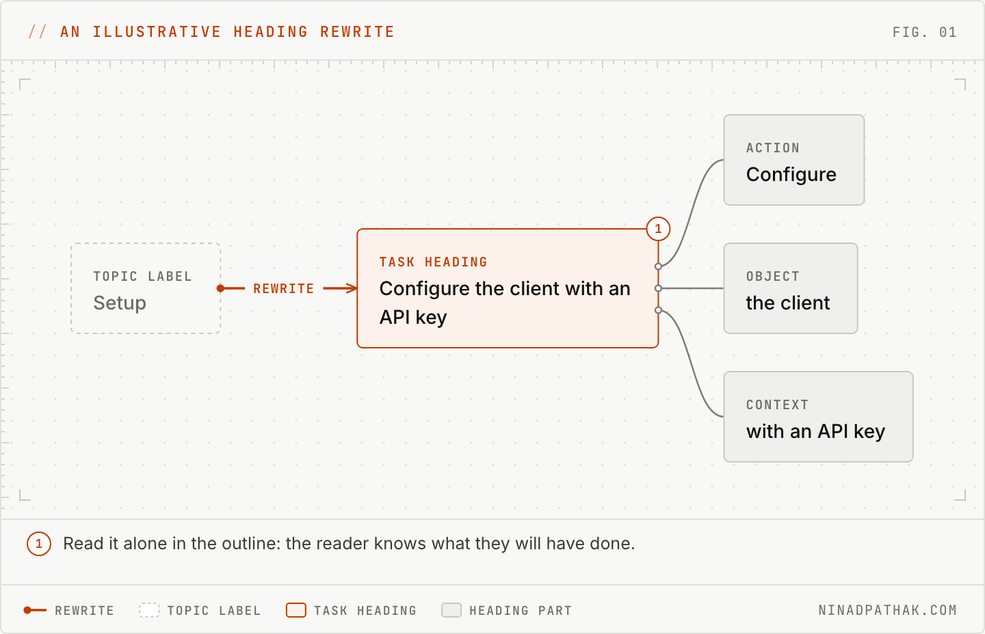
ninadpathak/ninadpathak keeps this Mermaid diagram as static/images/diagrams/documentation-headings/task-heading-anatomy.light.png. Above is the earlier version. Its source is kept beside it as content/diagrams/documentation-headings/task-heading-anatomy.mmd.
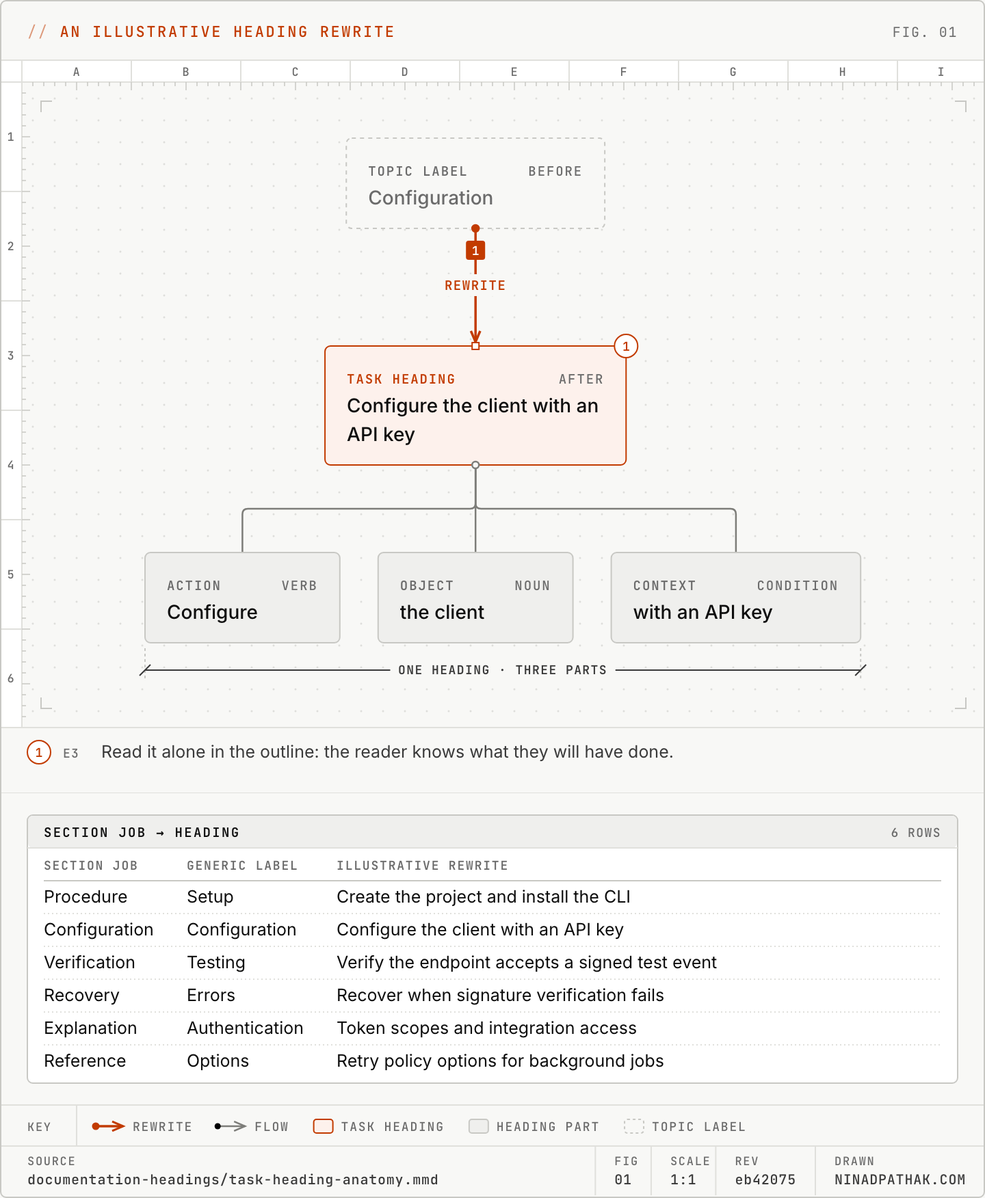
Later version of the same file.

What changed in the source:
```diff
@@ -1,13 +1,13 @@
-flowchart LR
-  before["§Topic label
-Setup"]:::muted
-  after["§Task heading
+flowchart TB
+  before["§Topic label | Before
+Configuration"]:::muted
+  after["§Task heading | After
 Configure the client with an API key"]:::focal
-  action["§Action
+  action["§Action | Verb
 Configure"]:::outcome
-  object["§Object
+  object["§Object | Noun
 the client"]:::outcome
-  context["§Context
+  context["§Context | Condition
 with an API key"]:::outcome
   before -->|rewrite| after
   after --- action
```
